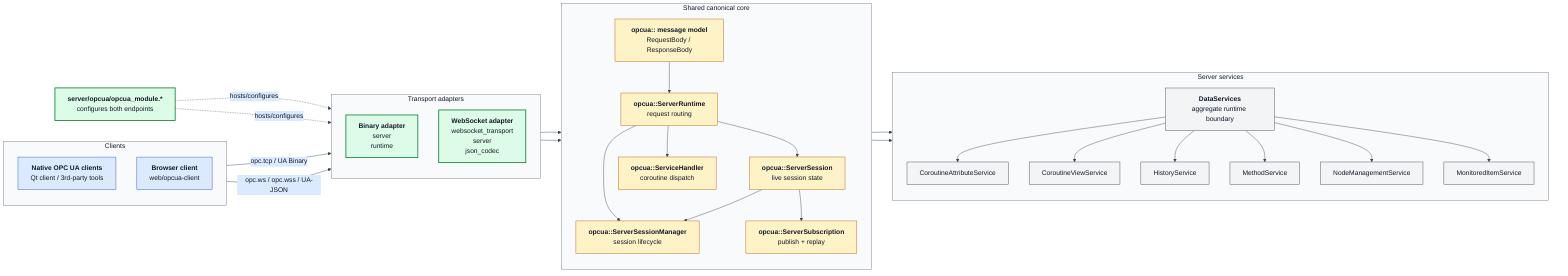
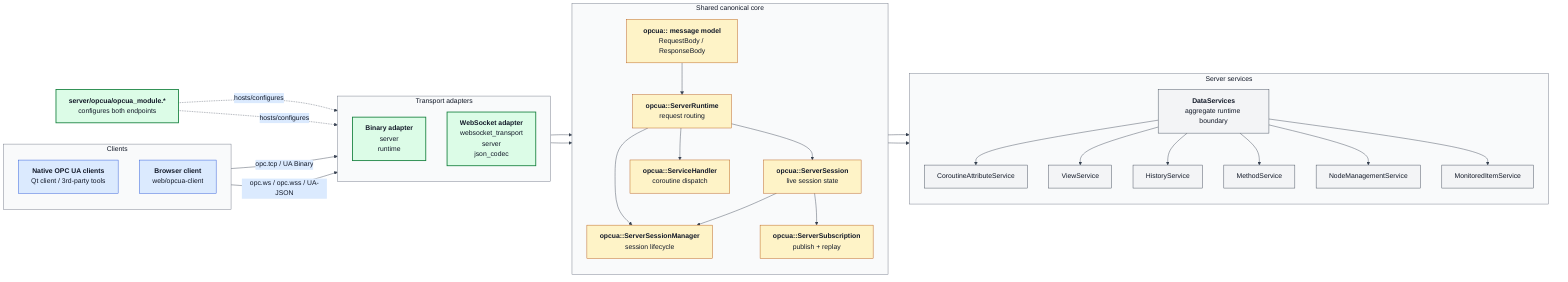
%%{init: {
  'theme': 'base',
  'themeVariables': {
    'background': '#ffffff',
    'primaryColor': '#f3f4f6',
    'primaryBorderColor': '#374151',
    'primaryTextColor': '#111827',
    'secondaryColor': '#dbeafe',
    'secondaryBorderColor': '#1d4ed8',
    'secondaryTextColor': '#111827',
    'tertiaryColor': '#dcfce7',
    'tertiaryBorderColor': '#15803d',
    'tertiaryTextColor': '#111827',
    'lineColor': '#374151',
    'defaultLinkColor': '#374151',
    'clusterBkg': '#f9fafb',
    'clusterBorder': '#6b7280',
    'titleColor': '#111827'
  },
  'flowchart': {'htmlLabels': true}
}}%%
flowchart LR
    subgraph Clients["Clients"]
        direction TB
        NATIVE["<b>Native OPC UA clients</b><br/>Qt client / 3rd-party tools"]
        BROWSER["<b>Browser client</b><br/>web/opcua-client"]
    end

    subgraph Adapters["Transport adapters"]
        direction TB
        BIN["<b>Binary adapter</b><br/>server<br/>runtime"]
        WS["<b>WebSocket adapter</b><br/>websocket_transport<br/>server<br/>json_codec"]
    end

    subgraph Core["Shared canonical core"]
        direction TB
        MSG["<b>opcua:: message model</b><br/>RequestBody / ResponseBody"]
        RT["<b>opcua::ServerRuntime</b><br/>request routing"]
        SMGR["<b>opcua::ServerSessionManager</b><br/>session lifecycle"]
        SESS["<b>opcua::ServerSession</b><br/>live session state"]
        SUB["<b>opcua::ServerSubscription</b><br/>publish + replay"]
        HANDLER["<b>opcua::ServiceHandler</b><br/>coroutine dispatch"]
    end

    subgraph Services["Server services"]
        direction TB
        CTX["<b>DataServices</b><br/>aggregate runtime boundary"]
        ATTR["CoroutineAttributeService"]
-         VIEW["CoroutineViewService"]
+         VIEW["ViewService"]
        HIST["HistoryService"]
        METH["MethodService"]
        NODE["NodeManagementService"]
        MON["MonitoredItemService"]
    end

    MOD["<b>server/opcua/opcua_module.*</b><br/>configures both endpoints"]

    NATIVE -->|opc.tcp / UA Binary| BIN
    BROWSER -->|opc.ws / opc.wss / UA-JSON| WS

    BIN --> MSG
    WS --> MSG
    MSG --> RT
    RT --> SMGR
    RT --> SESS
    RT --> HANDLER
    SESS --> SUB
    SESS --> SMGR
    HANDLER --> CTX
    SMGR --> CTX
    CTX --> ATTR
    CTX --> VIEW
    CTX --> HIST
    CTX --> METH
    CTX --> NODE
    CTX --> MON

    MOD -.hosts/configures.-> BIN
    MOD -.hosts/configures.-> WS

    classDef clientStyle fill:#dbeafe,stroke:#1d4ed8,color:#111827
    classDef adapterStyle fill:#dcfce7,stroke:#15803d,color:#111827,stroke-width:2px
    classDef coreStyle fill:#fef3c7,stroke:#b45309,color:#111827
    classDef serviceStyle fill:#f3f4f6,stroke:#374151,color:#111827
    class NATIVE,BROWSER clientStyle
    class BIN,WS,MOD adapterStyle
    class MSG,RT,SMGR,SESS,SUB,HANDLER coreStyle
    class CTX,ATTR,VIEW,HIST,METH,NODE,MON serviceStyle
